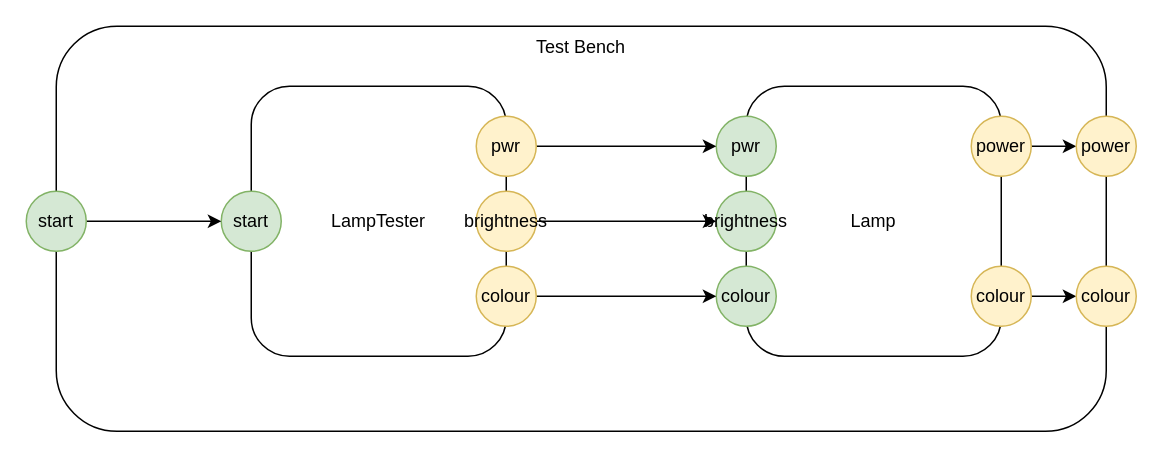
guitarvydas/hsm keeps this draw.io diagram as page "Lamp Tester" (6 of 11) of hsm.drawio. Above is the earlier version. Source tidied: cells renumbered, new cells numbered last; positions are measured from the earlier drawing's top-left corner, leaving out a move shared by most shapes. Both pictures are drawn from the tidied source at 150%, with x=0, y=0 at pixel (26, 26).
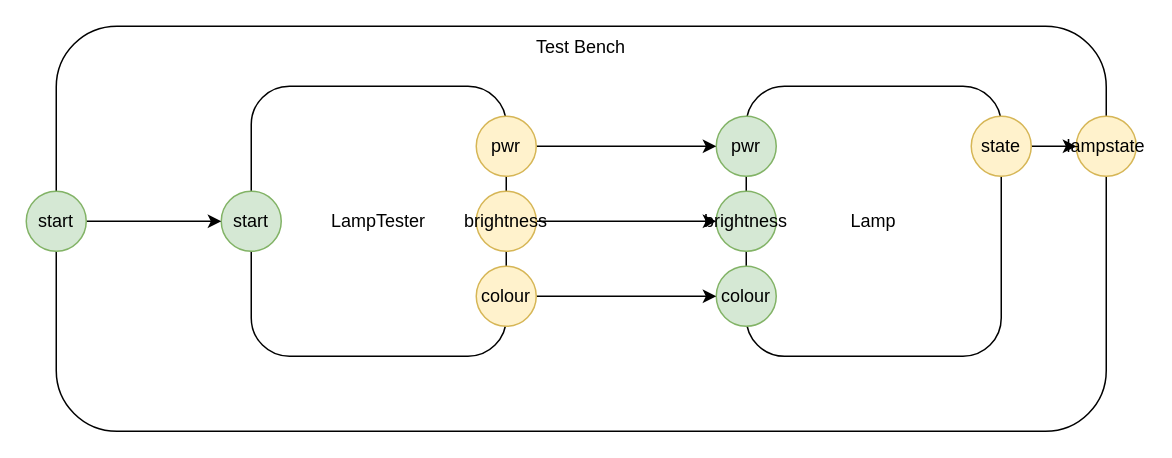
The same diagram, later.

What changed in the source:
```diff
@@
-    <mxCell id="18" value="power" style="ellipse;whiteSpace=wrap;html=1;fillColor=#fff2cc;strokeColor=#d6b656;" parent="1" vertex="1">
+    <mxCell id="18" value="state" style="ellipse;whiteSpace=wrap;html=1;fillColor=#fff2cc;strokeColor=#d6b656;" parent="1" vertex="1">
       <mxGeometry x="630" y="60" width="40" height="40" as="geometry" />
     </mxCell>
-    <mxCell id="19" style="edgeStyle=orthogonalEdgeStyle;rounded=0;jettySize=auto;html=1;exitX=1;exitY=0.5;exitDx=0;exitDy=0;" parent="1" edge="1" source="20" target="22">
-      <mxGeometry relative="1" as="geometry" />
-    </mxCell>
-    <mxCell id="20" value="colour" style="ellipse;whiteSpace=wrap;html=1;fillColor=#fff2cc;strokeColor=#d6b656;" parent="1" vertex="1">
-      <mxGeometry x="630" y="160" width="40" height="40" as="geometry" />
-    </mxCell>
-    <mxCell id="21" value="power" style="ellipse;whiteSpace=wrap;html=1;fillColor=#fff2cc;strokeColor=#d6b656;" parent="1" vertex="1">
+    <mxCell id="21" value="lampstate" style="ellipse;whiteSpace=wrap;html=1;fillColor=#fff2cc;strokeColor=#d6b656;" parent="1" vertex="1">
       <mxGeometry x="700" y="60" width="40" height="40" as="geometry" />
     </mxCell>
-    <mxCell id="22" value="colour" style="ellipse;whiteSpace=wrap;html=1;fillColor=#fff2cc;strokeColor=#d6b656;" parent="1" vertex="1">
-      <mxGeometry x="700" y="160" width="40" height="40" as="geometry" />
-    </mxCell>
```
